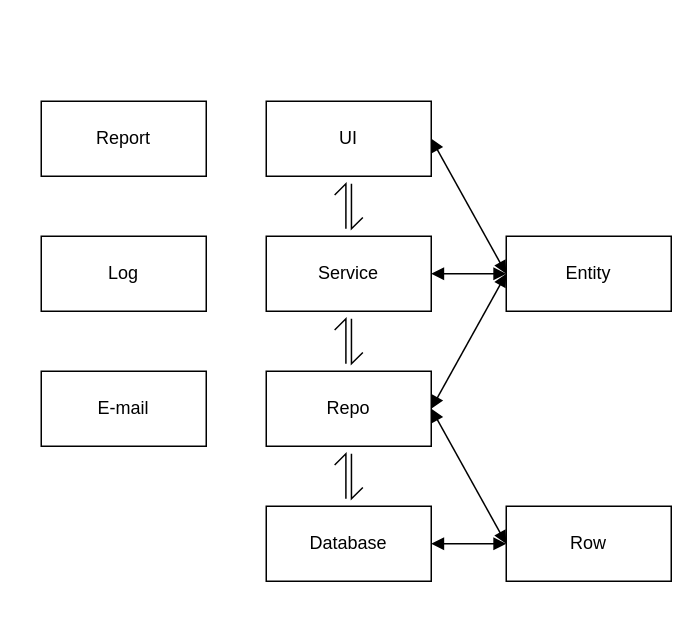
Before: presentation resourse/component.drawio in Max-DoDo/Student-Wellbeing-System, a draw.io diagram. Source tidied: cells renumbered, new cells numbered last; positions are measured from the earlier drawing's top-left corner, leaving out a move shared by most shapes. Both pictures are drawn from the tidied source at 150%, with x=0, y=0 at pixel (40, 100).
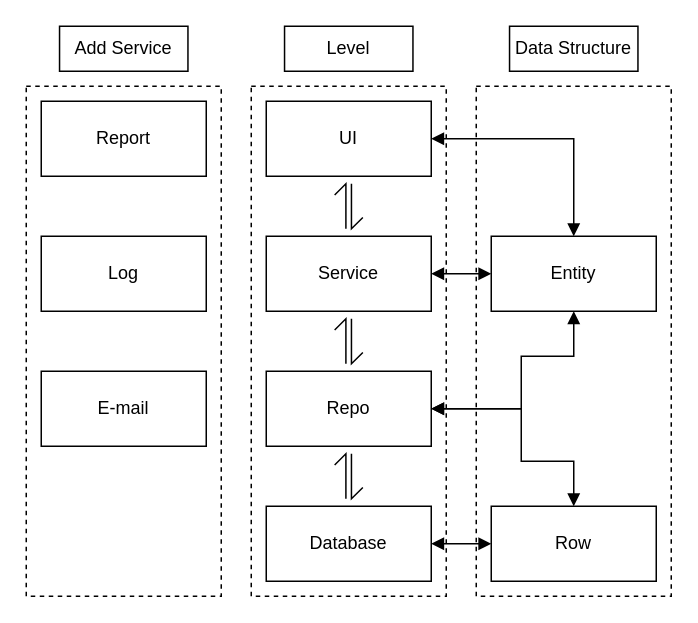
Above is the later version.

Unchanged cells that the change refers to:
```xml
<mxCell id="5" value="UI" style="html=1;whiteSpace=wrap;" parent="1" vertex="1">
  <mxGeometry x="150" width="110" height="50" as="geometry" />
</mxCell>
<mxCell id="7" value="Repo" style="html=1;whiteSpace=wrap;" parent="1" vertex="1">
  <mxGeometry x="150" y="180" width="110" height="50" as="geometry" />
</mxCell>
```

Change to the diagram source:
```diff
@@
+    <mxCell id="25" style="rounded=0;whiteSpace=wrap;html=1;dashed=1;fillColor=none;" parent="1" vertex="1">
+      <mxGeometry x="-10" y="-10" width="130" height="340" as="geometry" />
+    </mxCell>
+    <mxCell id="26" style="rounded=0;whiteSpace=wrap;html=1;dashed=1;fillColor=none;" parent="1" vertex="1">
+      <mxGeometry x="140" y="-10" width="130" height="340" as="geometry" />
+    </mxCell>
+    <mxCell id="27" style="rounded=0;whiteSpace=wrap;html=1;dashed=1;fillColor=none;" parent="1" vertex="1">
+      <mxGeometry x="290" y="-10" width="130" height="340" as="geometry" />
+    </mxCell>
@@
     <mxCell id="9" value="Entity" style="html=1;whiteSpace=wrap;" parent="1" vertex="1">
-      <mxGeometry x="310" y="90" width="110" height="50" as="geometry" />
+      <mxGeometry x="300" y="90" width="110" height="50" as="geometry" />
     </mxCell>
     <mxCell id="10" value="Row" style="html=1;whiteSpace=wrap;" parent="1" vertex="1">
-      <mxGeometry x="310" y="270" width="110" height="50" as="geometry" />
+      <mxGeometry x="300" y="270" width="110" height="50" as="geometry" />
     </mxCell>
@@
-    <mxCell id="21" style="endArrow=block;startArrow=block;endFill=1;startFill=1;html=1;rounded=0;exitX=1;exitY=0.5;exitDx=0;exitDy=0;entryX=0;entryY=0.5;entryDx=0;entryDy=0;" parent="1" edge="1" source="7" target="9">
-      <mxGeometry relative="1" as="geometry" />
+    <mxCell id="21" style="endArrow=block;startArrow=block;endFill=1;startFill=1;html=1;rounded=0;exitX=1;exitY=0.5;exitDx=0;exitDy=0;entryX=0.5;entryY=1;entryDx=0;entryDy=0;" parent="1" edge="1" source="7" target="9">
+      <mxGeometry relative="1" as="geometry">
+        <Array as="points">
+          <mxPoint x="280" y="205" />
+          <mxPoint x="320" y="205" />
+          <mxPoint x="320" y="170" />
+          <mxPoint x="340" y="170" />
+          <mxPoint x="355" y="170" />
+        </Array>
+      </mxGeometry>
     </mxCell>
-    <mxCell id="22" style="endArrow=block;startArrow=block;endFill=1;startFill=1;html=1;rounded=0;exitX=1;exitY=0.5;exitDx=0;exitDy=0;entryX=0;entryY=0.5;entryDx=0;entryDy=0;" parent="1" edge="1" source="5" target="9">
-      <mxGeometry relative="1" as="geometry" />
+    <mxCell id="22" style="endArrow=block;startArrow=block;endFill=1;startFill=1;html=1;rounded=0;exitX=1;exitY=0.5;exitDx=0;exitDy=0;entryX=0.5;entryY=0;entryDx=0;entryDy=0;" parent="1" edge="1" source="5" target="9">
+      <mxGeometry relative="1" as="geometry">
+        <Array as="points">
+          <mxPoint x="280" y="25" />
+          <mxPoint x="320" y="25" />
+          <mxPoint x="355" y="25" />
+          <mxPoint x="355" y="60" />
+        </Array>
+      </mxGeometry>
     </mxCell>
-    <mxCell id="23" style="endArrow=block;startArrow=block;endFill=1;startFill=1;html=1;rounded=0;exitX=1;exitY=0.5;exitDx=0;exitDy=0;entryX=0;entryY=0.5;entryDx=0;entryDy=0;" parent="1" edge="1" source="7" target="10">
-      <mxGeometry relative="1" as="geometry" />
+    <mxCell id="23" style="endArrow=block;startArrow=block;endFill=1;startFill=1;html=1;rounded=0;exitX=1;exitY=0.5;exitDx=0;exitDy=0;entryX=0.5;entryY=0;entryDx=0;entryDy=0;" parent="1" edge="1" source="7" target="10">
+      <mxGeometry relative="1" as="geometry">
+        <Array as="points">
+          <mxPoint x="320" y="205" />
+          <mxPoint x="320" y="240" />
+          <mxPoint x="355" y="240" />
+        </Array>
+      </mxGeometry>
     </mxCell>
@@
+    <mxCell id="28" value="Add Service" style="rounded=0;whiteSpace=wrap;html=1;" parent="1" vertex="1">
+      <mxGeometry x="12.2" y="-50" width="85.6" height="30" as="geometry" />
+    </mxCell>
+    <mxCell id="29" value="Level" style="rounded=0;whiteSpace=wrap;html=1;" parent="1" vertex="1">
+      <mxGeometry x="162.2" y="-50" width="85.6" height="30" as="geometry" />
+    </mxCell>
+    <mxCell id="30" value="Data Structure" style="rounded=0;whiteSpace=wrap;html=1;" parent="1" vertex="1">
+      <mxGeometry x="312.2" y="-50" width="85.6" height="30" as="geometry" />
+    </mxCell>
```
